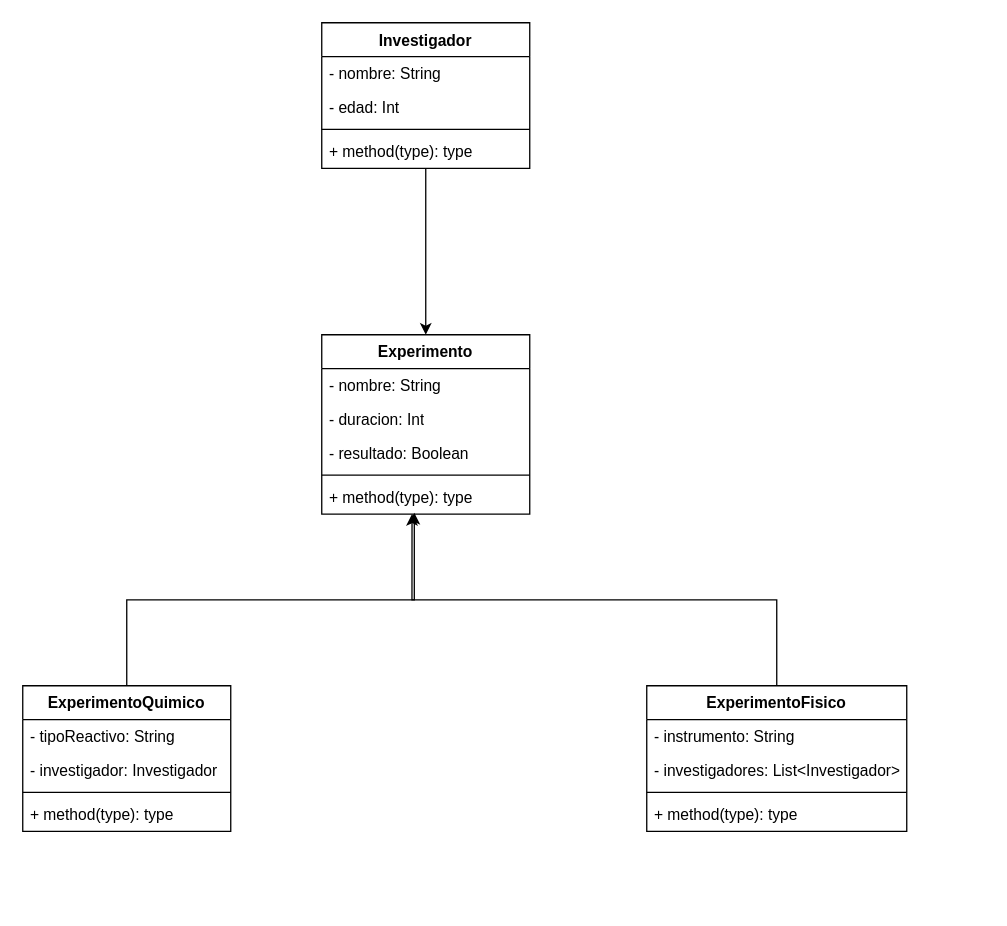
Gerardo-Rioss/Tpi_Java_informatorio2025 keeps this draw.io diagram as src/UML.drawio. Above is the earlier version. Source tidied: cells renumbered, new cells numbered last; positions are measured from the earlier drawing's top-left corner, leaving out a move shared by most shapes. Both pictures are drawn from the tidied source at 130%, with x=0, y=0 at pixel (22, 22).
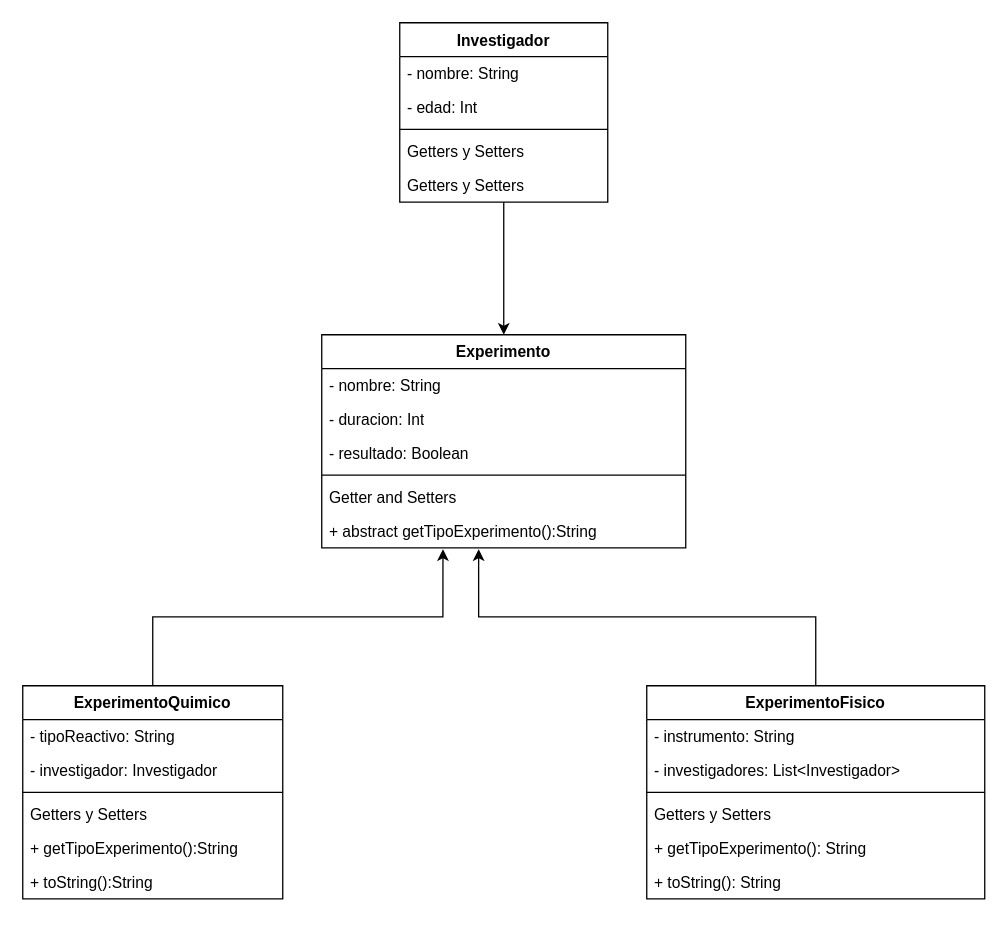
The same page after the edit.

Change to the diagram source:
```diff
@@
     <mxCell id="3" value="&lt;div&gt;Investigador&lt;/div&gt;" style="swimlane;fontStyle=1;align=center;verticalAlign=top;horizontal=1;startSize=26;whiteSpace=wrap;html=1;" parent="1" vertex="1">
-      <mxGeometry x="230" width="160" height="112" as="geometry" />
+      <mxGeometry x="290" width="160" height="138" as="geometry" />
     </mxCell>
@@
-    <mxCell id="7" value="+ method(type): type" style="text;strokeColor=none;fillColor=none;align=left;verticalAlign=top;spacingLeft=4;spacingRight=4;overflow=hidden;whiteSpace=wrap;html=1;" parent="3" vertex="1">
+    <mxCell id="7" value="&lt;div&gt;Getters y Setters&lt;/div&gt;&lt;div&gt;&lt;br&gt;&lt;/div&gt;" style="text;strokeColor=none;fillColor=none;align=left;verticalAlign=top;spacingLeft=4;spacingRight=4;overflow=hidden;whiteSpace=wrap;html=1;" parent="3" vertex="1">
       <mxGeometry y="86" width="160" height="26" as="geometry" />
     </mxCell>
+    <mxCell id="26" value="&lt;div&gt;Getters y Setters&lt;/div&gt;&lt;div&gt;&lt;br&gt;&lt;/div&gt;" style="text;strokeColor=none;fillColor=none;align=left;verticalAlign=top;spacingLeft=4;spacingRight=4;overflow=hidden;whiteSpace=wrap;html=1;" parent="3" vertex="1">
+      <mxGeometry y="112" width="160" height="26" as="geometry" />
+    </mxCell>
     <mxCell id="8" value="Experimento" style="swimlane;fontStyle=1;align=center;verticalAlign=top;horizontal=1;startSize=26;whiteSpace=wrap;html=1;" parent="1" vertex="1">
-      <mxGeometry x="230" y="240" width="160" height="138" as="geometry" />
+      <mxGeometry x="230" y="240" width="280" height="164" as="geometry" />
     </mxCell>
     <mxCell id="9" value="&lt;div&gt;- nombre: String&lt;/div&gt;" style="text;strokeColor=none;fillColor=none;align=left;verticalAlign=top;spacingLeft=4;spacingRight=4;overflow=hidden;whiteSpace=wrap;html=1;" parent="8" vertex="1">
-      <mxGeometry y="26" width="160" height="26" as="geometry" />
+      <mxGeometry y="26" width="280" height="26" as="geometry" />
     </mxCell>
     <mxCell id="10" value="&lt;div&gt;- duracion: Int&lt;/div&gt;" style="text;strokeColor=none;fillColor=none;align=left;verticalAlign=top;spacingLeft=4;spacingRight=4;overflow=hidden;whiteSpace=wrap;html=1;" parent="8" vertex="1">
-      <mxGeometry y="52" width="160" height="26" as="geometry" />
+      <mxGeometry y="52" width="280" height="26" as="geometry" />
     </mxCell>
     <mxCell id="11" value="&lt;div&gt;- resultado: Boolean&lt;/div&gt;" style="text;strokeColor=none;fillColor=none;align=left;verticalAlign=top;spacingLeft=4;spacingRight=4;overflow=hidden;whiteSpace=wrap;html=1;" parent="8" vertex="1">
-      <mxGeometry y="78" width="160" height="26" as="geometry" />
+      <mxGeometry y="78" width="280" height="26" as="geometry" />
     </mxCell>
     <mxCell id="12" style="line;strokeWidth=1;fillColor=none;align=left;verticalAlign=middle;spacingTop=-1;spacingLeft=3;spacingRight=3;labelPosition=right;strokeColor=inherit;" parent="8" vertex="1">
-      <mxGeometry y="104" width="160" height="8" as="geometry" />
+      <mxGeometry y="104" width="280" height="8" as="geometry" />
     </mxCell>
-    <mxCell id="13" value="+ method(type): type" style="text;strokeColor=none;fillColor=none;align=left;verticalAlign=top;spacingLeft=4;spacingRight=4;overflow=hidden;points=[[0,0.5],[1,0.5]];portConstraint=eastwest;whiteSpace=wrap;html=1;" parent="8" vertex="1">
-      <mxGeometry y="112" width="160" height="26" as="geometry" />
+    <mxCell id="13" value="Getter and Setters" style="text;strokeColor=none;fillColor=none;align=left;verticalAlign=top;spacingLeft=4;spacingRight=4;overflow=hidden;points=[[0,0.5],[1,0.5]];portConstraint=eastwest;whiteSpace=wrap;html=1;" parent="8" vertex="1">
+      <mxGeometry y="112" width="280" height="26" as="geometry" />
     </mxCell>
+    <mxCell id="27" value="+ abstract getTipoExperimento():String" style="text;strokeColor=none;fillColor=none;align=left;verticalAlign=top;spacingLeft=4;spacingRight=4;overflow=hidden;points=[[0,0.5],[1,0.5]];portConstraint=eastwest;whiteSpace=wrap;html=1;" parent="8" vertex="1">
+      <mxGeometry y="138" width="280" height="26" as="geometry" />
+    </mxCell>
     <mxCell id="14" value="ExperimentoQuimico" style="swimlane;fontStyle=1;align=center;verticalAlign=top;horizontal=1;startSize=26;whiteSpace=wrap;html=1;" parent="1" vertex="1">
-      <mxGeometry y="510" width="160" height="112" as="geometry" />
+      <mxGeometry y="510" width="200" height="164" as="geometry" />
     </mxCell>
     <mxCell id="15" value="- tipoReactivo: String" style="text;strokeColor=none;fillColor=none;align=left;verticalAlign=top;spacingLeft=4;spacingRight=4;overflow=hidden;whiteSpace=wrap;html=1;" parent="14" vertex="1">
-      <mxGeometry y="26" width="160" height="26" as="geometry" />
+      <mxGeometry y="26" width="200" height="26" as="geometry" />
     </mxCell>
     <mxCell id="16" value="- investigador: Investigador" style="text;strokeColor=none;fillColor=none;align=left;verticalAlign=top;spacingLeft=4;spacingRight=4;overflow=hidden;whiteSpace=wrap;html=1;" parent="14" vertex="1">
-      <mxGeometry y="52" width="160" height="26" as="geometry" />
+      <mxGeometry y="52" width="200" height="26" as="geometry" />
     </mxCell>
     <mxCell id="17" style="line;strokeWidth=1;fillColor=none;align=left;verticalAlign=middle;spacingTop=-1;spacingLeft=3;spacingRight=3;labelPosition=right;strokeColor=inherit;" parent="14" vertex="1">
-      <mxGeometry y="78" width="160" height="8" as="geometry" />
+      <mxGeometry y="78" width="200" height="8" as="geometry" />
     </mxCell>
-    <mxCell id="18" value="+ method(type): type" style="text;strokeColor=none;fillColor=none;align=left;verticalAlign=top;spacingLeft=4;spacingRight=4;overflow=hidden;whiteSpace=wrap;html=1;" parent="14" vertex="1">
-      <mxGeometry y="86" width="160" height="26" as="geometry" />
+    <mxCell id="18" value="Getters y Setters" style="text;strokeColor=none;fillColor=none;align=left;verticalAlign=top;spacingLeft=4;spacingRight=4;overflow=hidden;whiteSpace=wrap;html=1;" parent="14" vertex="1">
+      <mxGeometry y="86" width="200" height="26" as="geometry" />
     </mxCell>
+    <mxCell id="28" value="+ getTipoExperimento():String" style="text;strokeColor=none;fillColor=none;align=left;verticalAlign=top;spacingLeft=4;spacingRight=4;overflow=hidden;whiteSpace=wrap;html=1;" parent="14" vertex="1">
+      <mxGeometry y="112" width="200" height="26" as="geometry" />
+    </mxCell>
+    <mxCell id="29" value="+ toString():String" style="text;strokeColor=none;fillColor=none;align=left;verticalAlign=top;spacingLeft=4;spacingRight=4;overflow=hidden;whiteSpace=wrap;html=1;" parent="14" vertex="1">
+      <mxGeometry y="138" width="200" height="26" as="geometry" />
+    </mxCell>
     <mxCell id="19" value="ExperimentoFisico" style="swimlane;fontStyle=1;align=center;verticalAlign=top;horizontal=1;startSize=26;whiteSpace=wrap;html=1;" parent="1" vertex="1">
-      <mxGeometry x="480" y="510" width="200" height="112" as="geometry" />
+      <mxGeometry x="480" y="510" width="260" height="164" as="geometry" />
     </mxCell>
     <mxCell id="20" value="- instrumento: String" style="text;strokeColor=none;fillColor=none;align=left;verticalAlign=top;spacingLeft=4;spacingRight=4;overflow=hidden;whiteSpace=wrap;html=1;" parent="19" vertex="1">
-      <mxGeometry y="26" width="200" height="26" as="geometry" />
+      <mxGeometry y="26" width="260" height="26" as="geometry" />
     </mxCell>
     <mxCell id="21" value="- investigadores: List&amp;lt;Investigador&amp;gt;" style="text;strokeColor=none;fillColor=none;align=left;verticalAlign=top;spacingLeft=4;spacingRight=4;overflow=hidden;whiteSpace=wrap;html=1;" parent="19" vertex="1">
-      <mxGeometry y="52" width="200" height="26" as="geometry" />
+      <mxGeometry y="52" width="260" height="26" as="geometry" />
     </mxCell>
     <mxCell id="22" style="line;strokeWidth=1;fillColor=none;align=left;verticalAlign=middle;spacingTop=-1;spacingLeft=3;spacingRight=3;labelPosition=right;strokeColor=inherit;" parent="19" vertex="1">
-      <mxGeometry y="78" width="200" height="8" as="geometry" />
+      <mxGeometry y="78" width="260" height="8" as="geometry" />
     </mxCell>
-    <mxCell id="23" value="+ method(type): type" style="text;strokeColor=none;fillColor=none;align=left;verticalAlign=top;spacingLeft=4;spacingRight=4;overflow=hidden;whiteSpace=wrap;html=1;" parent="19" vertex="1">
-      <mxGeometry y="86" width="200" height="26" as="geometry" />
+    <mxCell id="23" value="Getters y Setters" style="text;strokeColor=none;fillColor=none;align=left;verticalAlign=top;spacingLeft=4;spacingRight=4;overflow=hidden;whiteSpace=wrap;html=1;" parent="19" vertex="1">
+      <mxGeometry y="86" width="260" height="26" as="geometry" />
     </mxCell>
-    <mxCell id="24" style="edgeStyle=orthogonalEdgeStyle;rounded=0;jettySize=auto;html=1;entryX=0.445;entryY=0.962;entryDx=0;entryDy=0;entryPerimeter=0;" parent="1" edge="1" source="14" target="13">
-      <mxGeometry relative="1" as="geometry" />
-    </mxCell>
-    <mxCell id="25" style="edgeStyle=orthogonalEdgeStyle;rounded=0;jettySize=auto;html=1;entryX=0.434;entryY=0.994;entryDx=0;entryDy=0;entryPerimeter=0;" parent="1" edge="1" source="19" target="13">
-      <mxGeometry relative="1" as="geometry" />
-    </mxCell>
+    <mxCell id="30" value="+ getTipoExperimento(): String" style="text;strokeColor=none;fillColor=none;align=left;verticalAlign=top;spacingLeft=4;spacingRight=4;overflow=hidden;whiteSpace=wrap;html=1;" parent="19" vertex="1">
+      <mxGeometry y="112" width="260" height="26" as="geometry" />
+    </mxCell>
+    <mxCell id="31" value="+ toString(): String" style="text;strokeColor=none;fillColor=none;align=left;verticalAlign=top;spacingLeft=4;spacingRight=4;overflow=hidden;whiteSpace=wrap;html=1;" parent="19" vertex="1">
+      <mxGeometry y="138" width="260" height="26" as="geometry" />
+    </mxCell>
+    <mxCell id="32" style="edgeStyle=orthogonalEdgeStyle;rounded=0;jettySize=auto;html=1;entryX=0.431;entryY=1.036;entryDx=0;entryDy=0;entryPerimeter=0;" parent="1" edge="1" source="19" target="27">
+      <mxGeometry relative="1" as="geometry" />
+    </mxCell>
+    <mxCell id="33" style="edgeStyle=orthogonalEdgeStyle;rounded=0;jettySize=auto;html=1;entryX=0.333;entryY=1.036;entryDx=0;entryDy=0;entryPerimeter=0;" parent="1" edge="1" source="14" target="27">
+      <mxGeometry relative="1" as="geometry" />
+    </mxCell>
```
